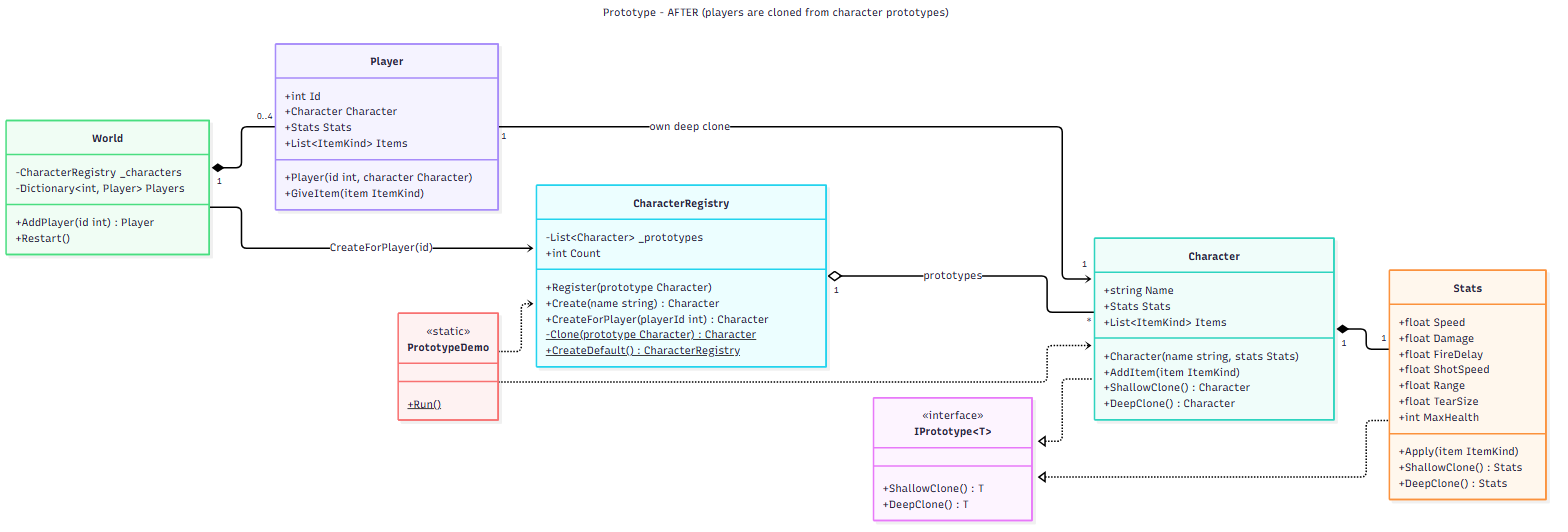
Earlier version of the Mermaid export docs/uml/prototype-after.png (MyciuS/unhallowed). Its source is kept beside it as docs/uml/prototype-after.mmd. Its diagram source:
```mermaid
---
title: Prototype - AFTER (players are cloned from character prototypes)
---
classDiagram
    direction LR
    class IPrototype~T~ {
        <<interface>>
        +ShallowClone() T
        +DeepClone() T
    }
    class Character {
        +string Name
        +Stats Stats
        +List~ItemKind~ Items
        +Character(name string, stats Stats)
        +AddItem(item ItemKind)
        +ShallowClone() Character
        +DeepClone() Character
    }
    class Stats {
        +float Speed
        +float Damage
        +float FireDelay
        +float ShotSpeed
        +float Range
        +float TearSize
        +int MaxHealth
        +Apply(item ItemKind)
        +ShallowClone() Stats
        +DeepClone() Stats
    }
    class CharacterRegistry {
        -List~Character~ _prototypes
        +int Count
        +Register(prototype Character)
        +Create(name string) Character
        +CreateForPlayer(playerId int) Character
        -Clone(prototype Character)$ Character
        +CreateDefault()$ CharacterRegistry
    }
    class World {
        -CharacterRegistry _characters
        -Dictionary~int, Player~ Players
        +AddPlayer(id int) Player
        +Restart()
    }
    class Player {
        +int Id
        +Character Character
        +Stats Stats
        +List~ItemKind~ Items
        +Player(id int, character Character)
        +GiveItem(item ItemKind)
    }
    class PrototypeDemo {
        <<static>>
        +Run()$
    }
    IPrototype <|.. Character
    IPrototype <|.. Stats
    Character "1" *-- "1" Stats
    CharacterRegistry "1" o-- "*" Character : prototypes
    World --> CharacterRegistry : CreateForPlayer(id)
    World "1" *-- "0..4" Player
    Player "1" --> "1" Character : own deep clone
    PrototypeDemo ..> CharacterRegistry
    PrototypeDemo ..> Character
```
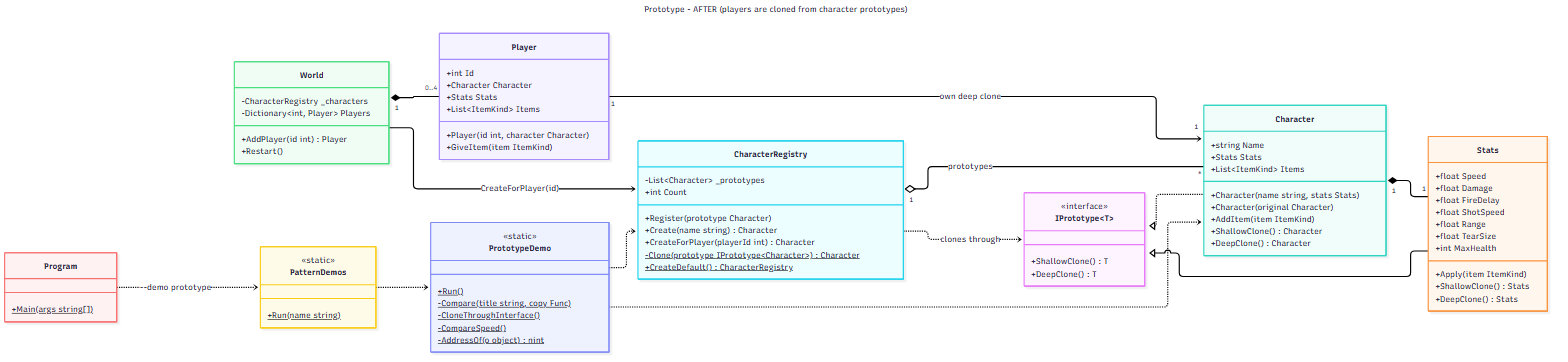
Later version of the same file.

Commit message:
update the prototype diagrams

What changed in the source:
```diff
@@ -13,6 +13,7 @@
         +Stats Stats
         +List~ItemKind~ Items
         +Character(name string, stats Stats)
+        +Character(original Character)
         +AddItem(item ItemKind)
         +ShallowClone() Character
         +DeepClone() Character
@@ -35,7 +36,7 @@
         +Register(prototype Character)
         +Create(name string) Character
         +CreateForPlayer(playerId int) Character
-        -Clone(prototype Character)$ Character
+        -Clone(prototype IPrototype~Character~)$ Character
         +CreateDefault()$ CharacterRegistry
     }
     class World {
@@ -52,9 +53,20 @@
         +Player(id int, character Character)
         +GiveItem(item ItemKind)
     }
+    class Program {
+        +Main(args string[])$
+    }
+    class PatternDemos {
+        <<static>>
+        +Run(name string)$
+    }
     class PrototypeDemo {
         <<static>>
         +Run()$
+        -Compare(title string, copy Func)$
+        -CloneThroughInterface()$
+        -CompareSpeed()$
+        -AddressOf(o object)$ nint
     }
     IPrototype <|.. Character
     IPrototype <|.. Stats
@@ -63,5 +75,8 @@
     World --> CharacterRegistry : CreateForPlayer(id)
     World "1" *-- "0..4" Player
     Player "1" --> "1" Character : own deep clone
+    Program ..> PatternDemos : --demo prototype
+    PatternDemos ..> PrototypeDemo
     PrototypeDemo ..> CharacterRegistry
+    CharacterRegistry ..> IPrototype : clones through
     PrototypeDemo ..> Character
```
